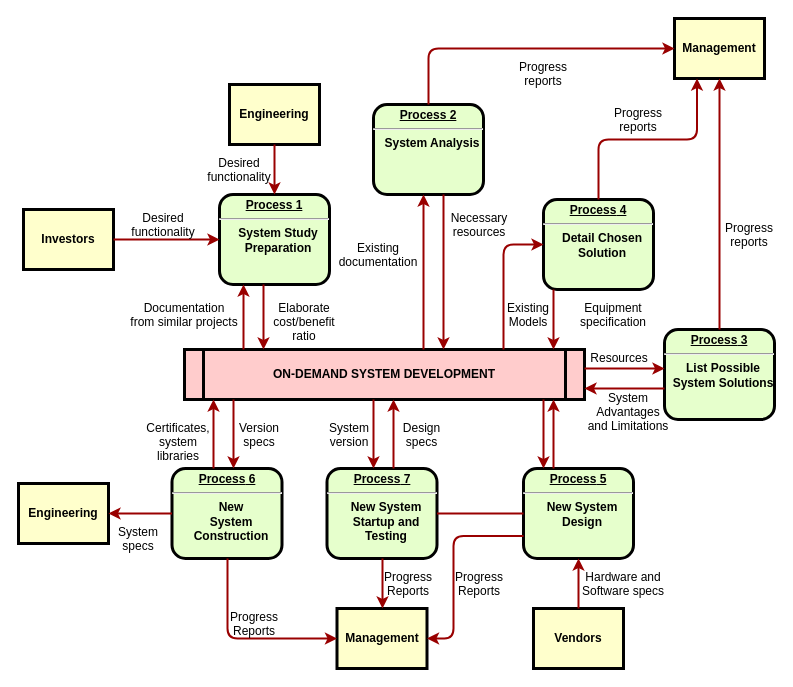
The draw.io diagram Untitled Diagram.drawio in NIGHTFIGHTING/6.824-2017, before the edit. Source tidied: cells renumbered, new cells numbered last; positions are measured from the earlier drawing's top-left corner, leaving out a move shared by most shapes. Both pictures are drawn from the tidied source at 100%, with x=0, y=0 at pixel (18, 18).
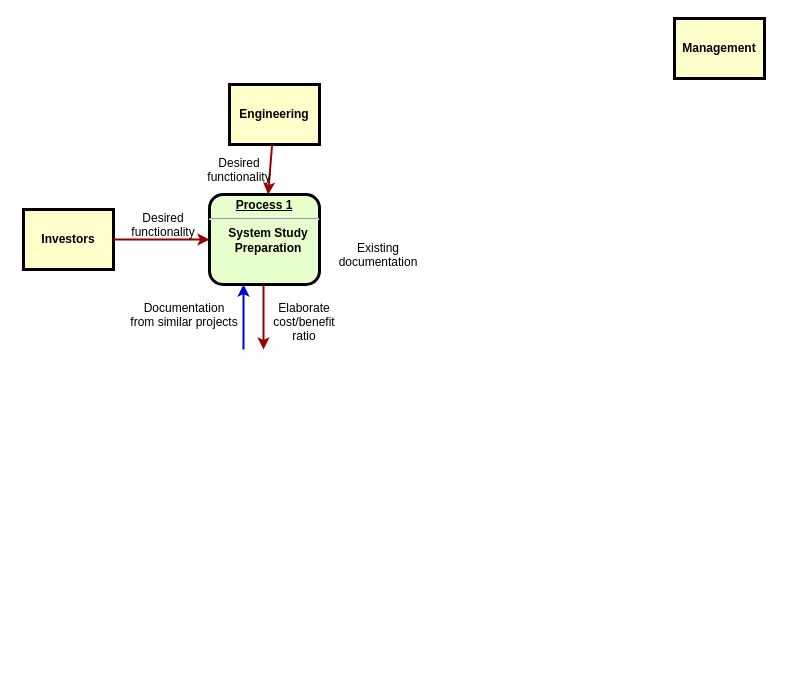
The same page after the edit.

Unchanged cells that the change refers to:
```xml
<mxCell id="11" value="Management" style="whiteSpace=wrap;align=center;verticalAlign=middle;fontStyle=1;strokeWidth=3;fillColor=#FFFFCC;" parent="1" vertex="1">
  <mxGeometry x="656" width="90" height="60" as="geometry" />
</mxCell>
```

The edit, as a diff of the source:
```diff
@@
     <mxCell id="2" value="&lt;p style=&quot;margin: 0px; margin-top: 4px; text-align: center; text-decoration: underline;&quot;&gt;&lt;strong&gt;Process 1&lt;br /&gt;&lt;/strong&gt;&lt;/p&gt;&lt;hr /&gt;&lt;p style=&quot;margin: 0px; margin-left: 8px;&quot;&gt;System Study&lt;/p&gt;&lt;p style=&quot;margin: 0px; margin-left: 8px;&quot;&gt;Preparation&lt;/p&gt;" style="verticalAlign=middle;align=center;overflow=fill;fontSize=12;fontFamily=Helvetica;html=1;rounded=1;fontStyle=1;strokeWidth=3;fillColor=#E6FFCC;" parent="1" vertex="1">
-      <mxGeometry x="201" y="176" width="110" height="90" as="geometry" />
+      <mxGeometry x="191" y="176" width="110" height="90" as="geometry" />
     </mxCell>
@@
-    <mxCell id="5" value="ON-DEMAND SYSTEM DEVELOPMENT" style="shape=process;whiteSpace=wrap;align=center;verticalAlign=middle;size=0.0475;fontStyle=1;strokeWidth=3;fillColor=#FFCCCC;" parent="1" vertex="1">
-      <mxGeometry x="166" y="331" width="400" height="50" as="geometry" />
-    </mxCell>
-    <mxCell id="6" value="&lt;p style=&quot;margin: 0px; margin-top: 4px; text-align: center; text-decoration: underline;&quot;&gt;&lt;strong&gt;Process 2&lt;br /&gt;&lt;/strong&gt;&lt;/p&gt;&lt;hr /&gt;&lt;p style=&quot;margin: 0px; margin-left: 8px;&quot;&gt;System Analysis&lt;/p&gt;" style="verticalAlign=middle;align=center;overflow=fill;fontSize=12;fontFamily=Helvetica;html=1;rounded=1;fontStyle=1;strokeWidth=3;fillColor=#E6FFCC;" parent="1" vertex="1">
-      <mxGeometry x="355" y="86" width="110" height="90" as="geometry" />
-    </mxCell>
-    <mxCell id="7" value="&lt;p style=&quot;margin: 0px; margin-top: 4px; text-align: center; text-decoration: underline;&quot;&gt;&lt;strong&gt;&lt;strong&gt;Process&lt;/strong&gt; 3&lt;br /&gt;&lt;/strong&gt;&lt;/p&gt;&lt;hr /&gt;&lt;p style=&quot;margin: 0px; margin-left: 8px;&quot;&gt;List Possible&lt;/p&gt;&lt;p style=&quot;margin: 0px; margin-left: 8px;&quot;&gt;System Solutions&lt;/p&gt;" style="verticalAlign=middle;align=center;overflow=fill;fontSize=12;fontFamily=Helvetica;html=1;rounded=1;fontStyle=1;strokeWidth=3;fillColor=#E6FFCC;" parent="1" vertex="1">
-      <mxGeometry x="646" y="311" width="110" height="90" as="geometry" />
-    </mxCell>
-    <mxCell id="8" value="&lt;p style=&quot;margin: 0px; margin-top: 4px; text-align: center; text-decoration: underline;&quot;&gt;&lt;strong&gt;&lt;strong&gt;Process&lt;/strong&gt; 4&lt;br /&gt;&lt;/strong&gt;&lt;/p&gt;&lt;hr /&gt;&lt;p style=&quot;margin: 0px; margin-left: 8px;&quot;&gt;Detail Chosen&lt;/p&gt;&lt;p style=&quot;margin: 0px; margin-left: 8px;&quot;&gt;Solution&lt;/p&gt;" style="verticalAlign=middle;align=center;overflow=fill;fontSize=12;fontFamily=Helvetica;html=1;rounded=1;fontStyle=1;strokeWidth=3;fillColor=#E6FFCC;" parent="1" vertex="1">
-      <mxGeometry x="525" y="181" width="110" height="90" as="geometry" />
-    </mxCell>
-    <mxCell id="9" value="&lt;p style=&quot;margin: 0px; margin-top: 4px; text-align: center; text-decoration: underline;&quot;&gt;&lt;strong&gt;&lt;strong&gt;Process&lt;/strong&gt; 5&lt;br /&gt;&lt;/strong&gt;&lt;/p&gt;&lt;hr /&gt;&lt;p style=&quot;margin: 0px; margin-left: 8px;&quot;&gt;New System&lt;/p&gt;&lt;p style=&quot;margin: 0px; margin-left: 8px;&quot;&gt;Design&lt;/p&gt;" style="verticalAlign=middle;align=center;overflow=fill;fontSize=12;fontFamily=Helvetica;html=1;rounded=1;fontStyle=1;strokeWidth=3;fillColor=#E6FFCC;" parent="1" vertex="1">
-      <mxGeometry x="505" y="450" width="110" height="90" as="geometry" />
-    </mxCell>
-    <mxCell id="10" value="&lt;p style=&quot;margin: 0px; margin-top: 4px; text-align: center; text-decoration: underline;&quot;&gt;&lt;strong&gt;&lt;strong&gt;Process&lt;/strong&gt; 6&lt;br /&gt;&lt;/strong&gt;&lt;/p&gt;&lt;hr /&gt;&lt;p style=&quot;margin: 0px; margin-left: 8px;&quot;&gt;New&lt;/p&gt;&lt;p style=&quot;margin: 0px; margin-left: 8px;&quot;&gt;System&lt;/p&gt;&lt;p style=&quot;margin: 0px; margin-left: 8px;&quot;&gt;Construction&lt;/p&gt;" style="verticalAlign=middle;align=center;overflow=fill;fontSize=12;fontFamily=Helvetica;html=1;rounded=1;fontStyle=1;strokeWidth=3;fillColor=#E6FFCC;" parent="1" vertex="1">
-      <mxGeometry x="153.5" y="450" width="110" height="90" as="geometry" />
-    </mxCell>
@@
-    <mxCell id="12" value="Management" style="whiteSpace=wrap;align=center;verticalAlign=middle;fontStyle=1;strokeWidth=3;fillColor=#FFFFCC;" parent="1" vertex="1">
-      <mxGeometry x="318.5" y="590" width="90" height="60" as="geometry" />
-    </mxCell>
-    <mxCell id="13" value="Engineering" style="whiteSpace=wrap;align=center;verticalAlign=middle;fontStyle=1;strokeWidth=3;fillColor=#FFFFCC;" parent="1" vertex="1">
-      <mxGeometry y="465" width="90" height="60" as="geometry" />
-    </mxCell>
-    <mxCell id="14" value="Vendors" style="whiteSpace=wrap;align=center;verticalAlign=middle;fontStyle=1;strokeWidth=3;fillColor=#FFFFCC;" parent="1" vertex="1">
-      <mxGeometry x="515" y="590" width="90" height="60" as="geometry" />
-    </mxCell>
@@
-    <mxCell id="17" value="&lt;p style=&quot;margin: 0px; margin-top: 4px; text-align: center; text-decoration: underline;&quot;&gt;&lt;strong&gt;&lt;strong&gt;Process&lt;/strong&gt; 7&lt;br /&gt;&lt;/strong&gt;&lt;/p&gt;&lt;hr /&gt;&lt;p style=&quot;margin: 0px; margin-left: 8px;&quot;&gt;New System&lt;/p&gt;&lt;p style=&quot;margin: 0px; margin-left: 8px;&quot;&gt;Startup and&lt;/p&gt;&lt;p style=&quot;margin: 0px; margin-left: 8px;&quot;&gt;Testing&lt;/p&gt;" style="verticalAlign=middle;align=center;overflow=fill;fontSize=12;fontFamily=Helvetica;html=1;rounded=1;fontStyle=1;strokeWidth=3;fillColor=#E6FFCC;" parent="1" vertex="1">
-      <mxGeometry x="308.5" y="450" width="110" height="90" as="geometry" />
-    </mxCell>
-    <mxCell id="18" style="endArrow=none;noEdgeStyle=1;strokeColor=#990000;strokeWidth=2;" parent="1" edge="1" source="9" target="17">
-      <mxGeometry relative="1" as="geometry" />
-    </mxCell>
@@
-    <mxCell id="22" style="edgeStyle=elbowEdgeStyle;elbow=horizontal;strokeColor=#990000;strokeWidth=2;" parent="1" edge="1" source="5" target="2">
+    <mxCell id="22" style="edgeStyle=elbowEdgeStyle;elbow=horizontal;strokeWidth=2;strokeColor=#0000CC;" parent="1" edge="1" target="2">
       <mxGeometry relative="1" as="geometry">
+        <mxPoint x="225" y="331" as="sourcePoint" />
         <Array as="points">
           <mxPoint x="225" y="310" />
         </Array>
       </mxGeometry>
     </mxCell>
-    <mxCell id="23" style="edgeStyle=elbowEdgeStyle;elbow=horizontal;strokeColor=#990000;strokeWidth=2;" parent="1" edge="1" source="2" target="5">
+    <mxCell id="23" style="edgeStyle=elbowEdgeStyle;elbow=horizontal;strokeColor=#990000;strokeWidth=2;" parent="1" edge="1" source="2">
       <mxGeometry relative="1" as="geometry">
+        <mxPoint x="245" y="331" as="targetPoint" />
         <Array as="points">
           <mxPoint x="245" y="300" />
         </Array>
       </mxGeometry>
     </mxCell>
@@
-    <mxCell id="25" style="edgeStyle=elbowEdgeStyle;elbow=horizontal;strokeColor=#990000;strokeWidth=2;" parent="1" edge="1" source="5" target="6">
-      <mxGeometry relative="1" as="geometry">
-        <Array as="points">
-          <mxPoint x="405" y="250" />
-        </Array>
-      </mxGeometry>
-    </mxCell>
-    <mxCell id="26" style="edgeStyle=elbowEdgeStyle;elbow=horizontal;strokeColor=#990000;strokeWidth=2;" parent="1" edge="1" source="6" target="5">
-      <mxGeometry relative="1" as="geometry">
-        <Array as="points">
-          <mxPoint x="425" y="260" />
-        </Array>
-      </mxGeometry>
-    </mxCell>
@@
-    <mxCell id="28" value="Necessary&#10;resources" style="text;spacingTop=-5;align=center;" parent="1" vertex="1">
-      <mxGeometry x="446" y="191" width="30" height="20" as="geometry" />
-    </mxCell>
-    <mxCell id="29" value="Progress&#10;reports" style="text;spacingTop=-5;align=center;" parent="1" vertex="1">
-      <mxGeometry x="510" y="40" width="30" height="20" as="geometry" />
-    </mxCell>
-    <mxCell id="30" value="Progress&#10;reports" style="text;spacingTop=-5;align=center;" parent="1" vertex="1">
-      <mxGeometry x="605" y="86" width="30" height="20" as="geometry" />
-    </mxCell>
-    <mxCell id="31" value="Progress&#10;reports" style="text;spacingTop=-5;align=center;" parent="1" vertex="1">
-      <mxGeometry x="716" y="201" width="30" height="20" as="geometry" />
-    </mxCell>
-    <mxCell id="32" style="edgeStyle=elbowEdgeStyle;elbow=horizontal;strokeColor=#990000;strokeWidth=2;" parent="1" edge="1" source="6" target="11">
-      <mxGeometry relative="1" as="geometry">
-        <Array as="points">
-          <mxPoint x="410" y="80" />
-        </Array>
-      </mxGeometry>
-    </mxCell>
-    <mxCell id="33" style="edgeStyle=elbowEdgeStyle;elbow=vertical;entryX=0.25;entryY=1;strokeColor=#990000;strokeWidth=2;" parent="1" edge="1" source="8" target="11">
-      <mxGeometry relative="1" as="geometry" />
-    </mxCell>
-    <mxCell id="34" style="edgeStyle=elbowEdgeStyle;elbow=horizontal;strokeColor=#990000;strokeWidth=2;" parent="1" edge="1" source="7" target="11">
-      <mxGeometry relative="1" as="geometry" />
-    </mxCell>
-    <mxCell id="35" style="edgeStyle=elbowEdgeStyle;elbow=horizontal;strokeColor=#990000;strokeWidth=2;" parent="1" edge="1" source="8" target="5">
-      <mxGeometry relative="1" as="geometry">
-        <Array as="points">
-          <mxPoint x="535" y="300" />
-        </Array>
-      </mxGeometry>
-    </mxCell>
-    <mxCell id="36" style="edgeStyle=segmentEdgeStyle;strokeColor=#990000;strokeWidth=2;" parent="1" edge="1" source="5" target="8">
-      <mxGeometry relative="1" as="geometry">
-        <Array as="points">
-          <mxPoint x="485" y="226" />
-        </Array>
-      </mxGeometry>
-    </mxCell>
-    <mxCell id="37" value="Existing&#10;Models" style="text;spacingTop=-5;align=center;" parent="1" vertex="1">
-      <mxGeometry x="495" y="281" width="30" height="20" as="geometry" />
-    </mxCell>
-    <mxCell id="38" value="Equipment&#10;specification" style="text;spacingTop=-5;align=center;" parent="1" vertex="1">
-      <mxGeometry x="580" y="281" width="30" height="20" as="geometry" />
-    </mxCell>
-    <mxCell id="39" style="edgeStyle=elbowEdgeStyle;elbow=vertical;strokeColor=#990000;strokeWidth=2;" parent="1" edge="1" source="5" target="7">
-      <mxGeometry relative="1" as="geometry">
-        <Array as="points">
-          <mxPoint x="615" y="350" />
-        </Array>
-      </mxGeometry>
-    </mxCell>
-    <mxCell id="40" style="edgeStyle=elbowEdgeStyle;elbow=vertical;strokeColor=#990000;strokeWidth=2;" parent="1" edge="1" source="7" target="5">
-      <mxGeometry relative="1" as="geometry">
-        <Array as="points">
-          <mxPoint x="615" y="370" />
-        </Array>
-      </mxGeometry>
-    </mxCell>
-    <mxCell id="41" value="Resources" style="text;spacingTop=-5;align=center;" parent="1" vertex="1">
-      <mxGeometry x="586" y="331" width="30" height="20" as="geometry" />
-    </mxCell>
-    <mxCell id="42" value="System &#10;Advantages &#10;and Limitations" style="text;spacingTop=-5;align=center;" parent="1" vertex="1">
-      <mxGeometry x="595" y="371" width="30" height="20" as="geometry" />
-    </mxCell>
-    <mxCell id="43" style="edgeStyle=elbowEdgeStyle;elbow=horizontal;strokeColor=#990000;strokeWidth=2;" parent="1" edge="1" source="9" target="5">
-      <mxGeometry relative="1" as="geometry">
-        <Array as="points">
-          <mxPoint x="535" y="410" />
-        </Array>
-      </mxGeometry>
-    </mxCell>
-    <mxCell id="44" style="edgeStyle=elbowEdgeStyle;elbow=horizontal;strokeColor=#990000;strokeWidth=2;" parent="1" edge="1" source="5" target="9">
-      <mxGeometry relative="1" as="geometry">
-        <Array as="points">
-          <mxPoint x="525" y="420" />
-        </Array>
-      </mxGeometry>
-    </mxCell>
-    <mxCell id="45" style="edgeStyle=elbowEdgeStyle;elbow=horizontal;strokeColor=#990000;strokeWidth=2;" parent="1" edge="1" source="14" target="9">
-      <mxGeometry relative="1" as="geometry" />
-    </mxCell>
-    <mxCell id="46" value="Hardware and&#10;Software specs" style="text;spacingTop=-5;align=center;" parent="1" vertex="1">
-      <mxGeometry x="590" y="550" width="30" height="20" as="geometry" />
-    </mxCell>
-    <mxCell id="47" style="edgeStyle=elbowEdgeStyle;elbow=horizontal;exitX=0;exitY=0.75;strokeColor=#990000;strokeWidth=2;" parent="1" edge="1" source="9" target="12">
-      <mxGeometry relative="1" as="geometry">
-        <Array as="points">
-          <mxPoint x="435" y="570" />
-        </Array>
-      </mxGeometry>
-    </mxCell>
-    <mxCell id="48" value="Progress&#10;Reports" style="text;spacingTop=-5;align=center;" parent="1" vertex="1">
-      <mxGeometry x="446" y="550" width="30" height="20" as="geometry" />
-    </mxCell>
-    <mxCell id="49" style="edgeStyle=elbowEdgeStyle;elbow=horizontal;strokeColor=#990000;strokeWidth=2;" parent="1" edge="1" source="17" target="12">
-      <mxGeometry relative="1" as="geometry" />
-    </mxCell>
-    <mxCell id="50" value="Progress&#10;Reports" style="text;spacingTop=-5;align=center;" parent="1" vertex="1">
-      <mxGeometry x="375" y="550" width="30" height="20" as="geometry" />
-    </mxCell>
-    <mxCell id="51" style="edgeStyle=elbowEdgeStyle;elbow=horizontal;strokeColor=#990000;strokeWidth=2;" parent="1" edge="1" source="10" target="12">
-      <mxGeometry relative="1" as="geometry">
-        <Array as="points">
-          <mxPoint x="209" y="570" />
-        </Array>
-      </mxGeometry>
-    </mxCell>
-    <mxCell id="52" value="Progress&#10;Reports" style="text;spacingTop=-5;align=center;" parent="1" vertex="1">
-      <mxGeometry x="221" y="590" width="30" height="20" as="geometry" />
-    </mxCell>
-    <mxCell id="53" style="edgeStyle=elbowEdgeStyle;elbow=vertical;strokeColor=#990000;strokeWidth=2;" parent="1" edge="1" source="10" target="13">
-      <mxGeometry relative="1" as="geometry" />
-    </mxCell>
-    <mxCell id="54" style="edgeStyle=elbowEdgeStyle;elbow=horizontal;strokeColor=#990000;strokeWidth=2;" parent="1" edge="1" source="5" target="17">
-      <mxGeometry relative="1" as="geometry">
-        <Array as="points">
-          <mxPoint x="355" y="410" />
-        </Array>
-      </mxGeometry>
-    </mxCell>
-    <mxCell id="55" style="edgeStyle=elbowEdgeStyle;elbow=horizontal;strokeColor=#990000;strokeWidth=2;" parent="1" edge="1" source="17" target="5">
-      <mxGeometry relative="1" as="geometry">
-        <Array as="points">
-          <mxPoint x="375" y="410" />
-        </Array>
-      </mxGeometry>
-    </mxCell>
-    <mxCell id="56" value="Version&#10;specs" style="text;spacingTop=-5;align=center;" parent="1" vertex="1">
-      <mxGeometry x="226" y="401" width="30" height="20" as="geometry" />
-    </mxCell>
-    <mxCell id="57" value="Certificates,&#10;system&#10;libraries" style="text;spacingTop=-5;align=center;" parent="1" vertex="1">
-      <mxGeometry x="145" y="401" width="30" height="20" as="geometry" />
-    </mxCell>
-    <mxCell id="58" style="edgeStyle=elbowEdgeStyle;elbow=horizontal;strokeColor=#990000;strokeWidth=2;" parent="1" edge="1" source="5" target="10">
-      <mxGeometry relative="1" as="geometry">
-        <Array as="points">
-          <mxPoint x="215" y="410" />
-        </Array>
-      </mxGeometry>
-    </mxCell>
-    <mxCell id="59" style="edgeStyle=elbowEdgeStyle;elbow=horizontal;strokeColor=#990000;strokeWidth=2;" parent="1" edge="1" source="10" target="5">
-      <mxGeometry relative="1" as="geometry">
-        <Array as="points">
-          <mxPoint x="195" y="410" />
-        </Array>
-      </mxGeometry>
-    </mxCell>
-    <mxCell id="60" value="System&#10;specs" style="text;spacingTop=-5;align=center;" parent="1" vertex="1">
-      <mxGeometry x="105" y="505" width="30" height="20" as="geometry" />
-    </mxCell>
-    <mxCell id="61" value="Design&#10;specs" style="text;spacingTop=-5;align=center;" parent="1" vertex="1">
-      <mxGeometry x="388.5" y="401" width="30" height="20" as="geometry" />
-    </mxCell>
-    <mxCell id="62" value="System&#10;version" style="text;spacingTop=-5;align=center;" parent="1" vertex="1">
-      <mxGeometry x="316" y="401" width="30" height="20" as="geometry" />
-    </mxCell>
```
